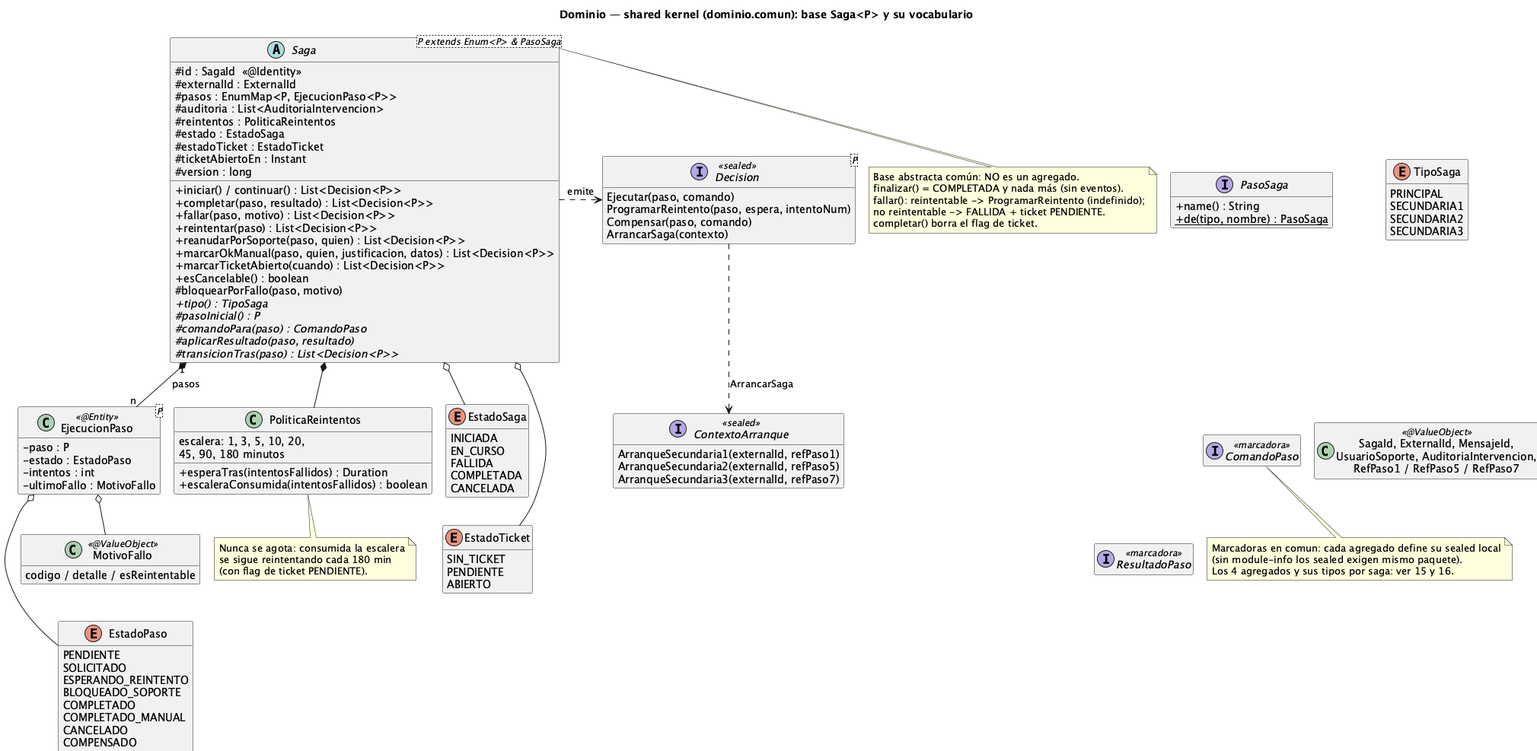
This is order-manager/docs/14-clases-dominio-comun.png from ralcazar/patrones, a PlantUML export, as it was before one commit. Source of this version:
```plantuml
@startuml 14-clases-dominio-comun
title Dominio — shared kernel (dominio.comun): base Saga<P> y su vocabulario
!pragma layout smetana
hide empty members
skinparam classAttributeIconSize 0

abstract class "Saga<P extends Enum<P> & PasoSaga>" as Saga {
  #id : SagaId  «@Identity»
  #externalId : ExternalId
  #pasos : EnumMap<P, EjecucionPaso<P>>
  #auditoria : List<AuditoriaIntervencion>
  #reintentos : PoliticaReintentos
  #estado : EstadoSaga
  #estadoTicket : EstadoTicket
  #ticketAbiertoEn : Instant
  #version : long
  +iniciar() / continuar() : List<Decision<P>>
  +completar(paso, resultado) : List<Decision<P>>
  +fallar(paso, motivo) : List<Decision<P>>
  +reintentar(paso) : List<Decision<P>>
  +reanudarPorSoporte(paso, quien) : List<Decision<P>>
  +marcarOkManual(paso, quien, justificacion, datos) : List<Decision<P>>
  +marcarTicketAbierto(cuando) : List<Decision<P>>
  +esCancelable() : boolean
  #bloquearPorFallo(paso, motivo)
  {abstract} +tipo() : TipoSaga
  {abstract} #pasoInicial() : P
  {abstract} #comandoPara(paso) : ComandoPaso
  {abstract} #aplicarResultado(paso, resultado)
  {abstract} #transicionTras(paso) : List<Decision<P>>
}
note right of Saga
  Base abstracta común: NO es un agregado.
  finalizar() = COMPLETADA y nada más (sin eventos).
  fallar(): reintentable -> ProgramarReintento (indefinido);
  no reintentable -> FALLIDA + ticket PENDIENTE.
  completar() borra el flag de ticket.
end note

class "EjecucionPaso<P>" as EjecucionPaso <<@Entity>> {
  -paso : P
  -estado : EstadoPaso
  -intentos : int
  -ultimoFallo : MotivoFallo
}

interface PasoSaga {
  +name() : String
  +{static} de(tipo, nombre) : PasoSaga
}

class PoliticaReintentos {
  escalera: 1, 3, 5, 10, 20,
  45, 90, 180 minutos
  +esperaTras(intentosFallidos) : Duration
  +escaleraConsumida(intentosFallidos) : boolean
}
note bottom of PoliticaReintentos
  Nunca se agota: consumida la escalera
  se sigue reintentando cada 180 min
  (con flag de ticket PENDIENTE).
end note

enum EstadoSaga {
  INICIADA
  EN_CURSO
  FALLIDA
  COMPLETADA
  CANCELADA
}
enum EstadoTicket {
  SIN_TICKET
  PENDIENTE
  ABIERTO
}
enum EstadoPaso {
  PENDIENTE
  SOLICITADO
  ESPERANDO_REINTENTO
  BLOQUEADO_SOPORTE
  COMPLETADO
  COMPLETADO_MANUAL
  CANCELADO
  COMPENSADO
}
enum TipoSaga {
  PRINCIPAL
  SECUNDARIA1
  SECUNDARIA2
  SECUNDARIA3
}

interface "Decision<P>" as Decision <<sealed>> {
  Ejecutar(paso, comando)
  ProgramarReintento(paso, espera, intentoNum)
  Compensar(paso, comando)
  ArrancarSaga(contexto)
}
interface ComandoPaso <<marcadora>>
interface ResultadoPaso <<marcadora>>
interface ContextoArranque <<sealed>> {
  ArranqueSecundaria1(externalId, refPaso1)
  ArranqueSecundaria2(externalId, refPaso5)
  ArranqueSecundaria3(externalId, refPaso7)
}

class MotivoFallo <<@ValueObject>> {
  codigo / detalle / esReintentable
}
class "SagaId, ExternalId, MensajeId,\nUsuarioSoporte, AuditoriaIntervencion,\nRefPaso1 / RefPaso5 / RefPaso7" as VOs <<@ValueObject>>

Saga "1" *-- "n" EjecucionPaso : pasos
Saga *-- PoliticaReintentos
Saga o-- EstadoSaga
Saga o-- EstadoTicket
EjecucionPaso o-- EstadoPaso
EjecucionPaso o-- MotivoFallo
Saga .right.> Decision : emite
Decision ..> ContextoArranque : ArrancarSaga

EstadoSaga -[hidden]down- EstadoTicket
EstadoTicket -[hidden]down- EstadoPaso
PasoSaga -[hidden]down- ComandoPaso
ComandoPaso -[hidden]down- ResultadoPaso
TipoSaga -[hidden]down- VOs

note bottom of ComandoPaso
  Marcadoras en comun: cada agregado define su sealed local
  (sin module-info los sealed exigen mismo paquete).
  Los 4 agregados y sus tipos por saga: ver 15 y 16.
end note
@enduml
```
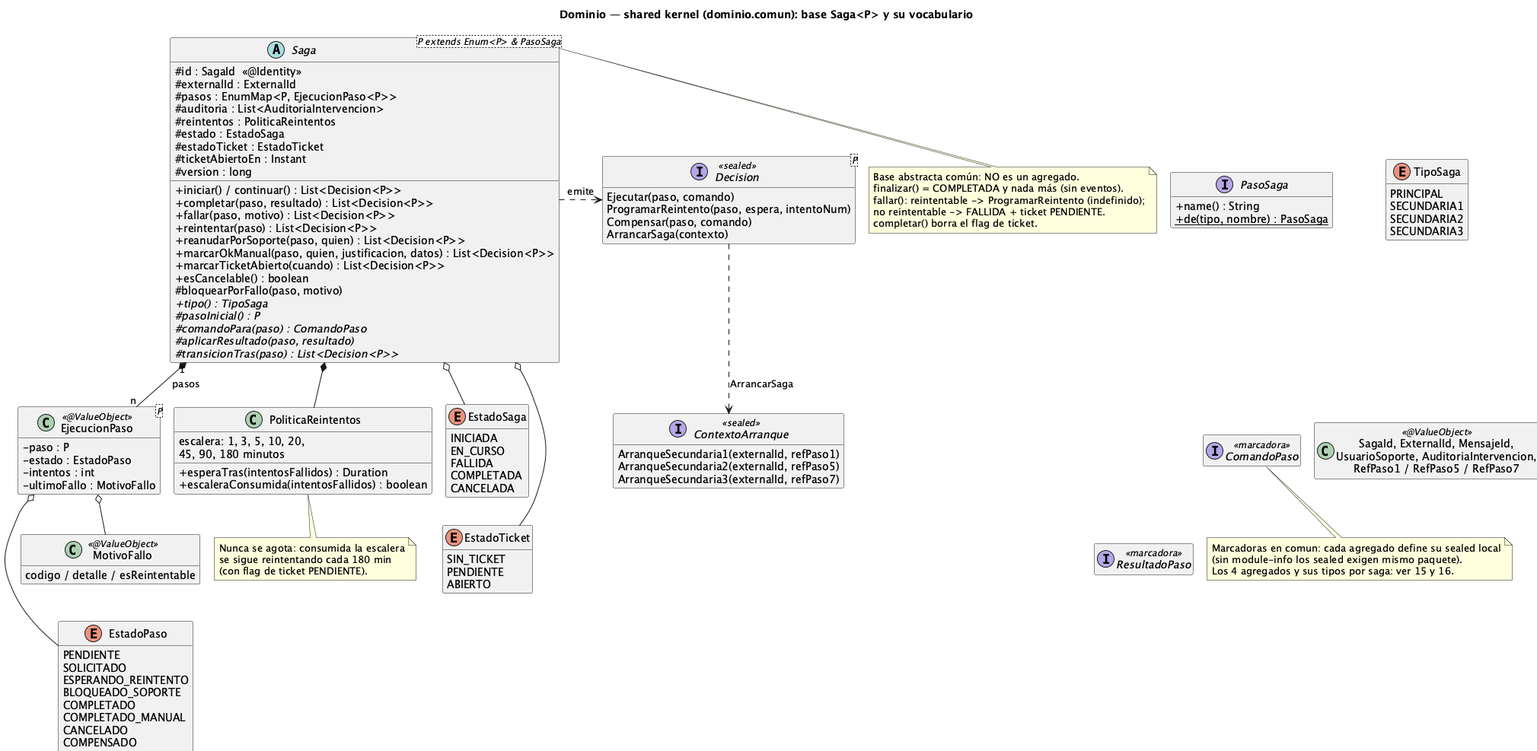
After the change.

Commit message:
Dominio sin @Entity: EjecucionPaso y ContextoTramitacion como value objects inmutables

Diff of the diagram source:
```diff
@@ -37,7 +37,7 @@
   completar() borra el flag de ticket.
 end note
 
-class "EjecucionPaso<P>" as EjecucionPaso <<@Entity>> {
+class "EjecucionPaso<P>" as EjecucionPaso <<@ValueObject>> {
   -paso : P
   -estado : EstadoPaso
   -intentos : int
```
